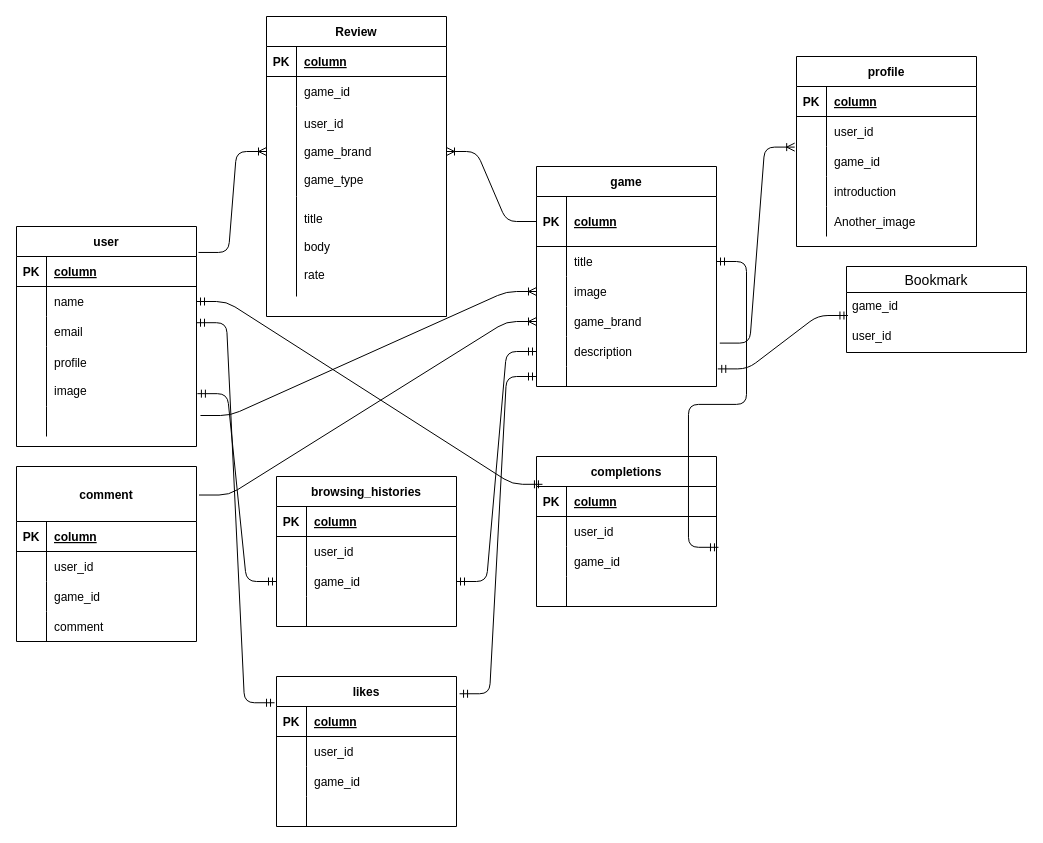
This is websiteapp.dio from Nozomu-Ishikawa/websiteapp, a draw.io file, before an edit. Source tidied: cells renumbered, new cells numbered last; positions are measured from the earlier drawing's top-left corner, leaving out a move shared by most shapes. Both pictures are drawn from the tidied source at 100%, with x=0, y=0 at pixel (16, 16).
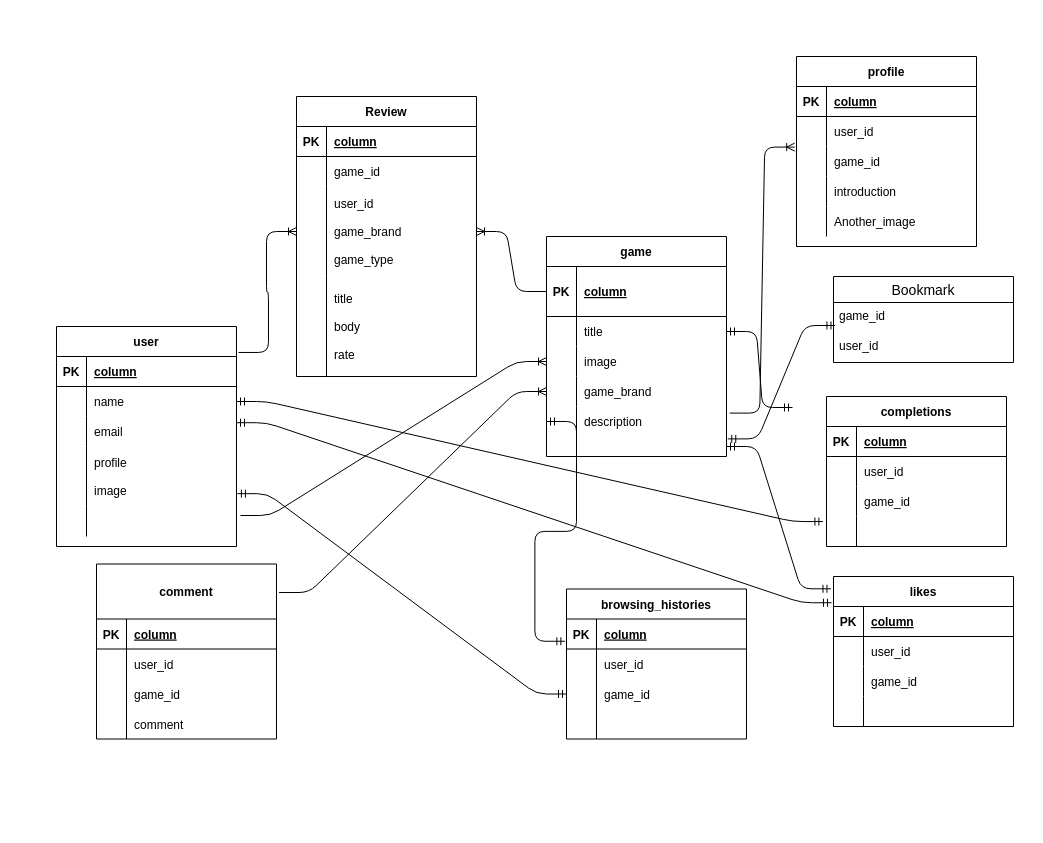
Above is the later version.

Unchanged cells that the change refers to:
```xml
<mxCell id="6" style="shape=partialRectangle;fillColor=none;top=0;left=0;bottom=0;right=0;points=[[0,0.5],[1,0.5]];portConstraint=eastwest;" parent="2" vertex="1">
  <mxGeometry y="60" width="180" height="30" as="geometry" />
</mxCell>
<mxCell id="22" style="shape=partialRectangle;fillColor=none;top=0;left=0;bottom=0;right=0;points=[[0,0.5],[1,0.5]];portConstraint=eastwest;" parent="18" vertex="1">
  <mxGeometry y="80" width="180" height="30" as="geometry" />
</mxCell>
<mxCell id="31" style="shape=partialRectangle;fillColor=none;top=0;left=0;bottom=0;right=0;points=[[0,0.5],[1,0.5]];portConstraint=eastwest;" parent="18" vertex="1">
  <mxGeometry y="170" width="180" height="30" as="geometry" />
</mxCell>
<mxCell id="34" style="shape=partialRectangle;fillColor=none;top=0;left=0;bottom=0;right=0;points=[[0,0.5],[1,0.5]];portConstraint=eastwest;" parent="18" vertex="1">
  <mxGeometry y="200" width="180" height="20" as="geometry" />
</mxCell>
<mxCell id="84" style="shape=partialRectangle;fillColor=none;top=0;left=0;bottom=1;right=0;points=[[0,0.5],[1,0.5]];portConstraint=eastwest;" parent="83" vertex="1">
  <mxGeometry y="30" width="180" height="30" as="geometry" />
</mxCell>
<mxCell id="90" style="shape=partialRectangle;fillColor=none;top=0;left=0;bottom=0;right=0;points=[[0,0.5],[1,0.5]];portConstraint=eastwest;" parent="83" vertex="1">
  <mxGeometry y="90" width="180" height="30" as="geometry" />
</mxCell>
<mxCell id="119" style="shape=partialRectangle;fillColor=none;top=0;left=0;bottom=1;right=0;points=[[0,0.5],[1,0.5]];portConstraint=eastwest;" parent="118" vertex="1">
  <mxGeometry y="30" width="180" height="30" as="geometry" />
</mxCell>
<mxCell id="125" style="shape=partialRectangle;fillColor=none;top=0;left=0;bottom=0;right=0;points=[[0,0.5],[1,0.5]];portConstraint=eastwest;" parent="118" vertex="1">
  <mxGeometry y="90" width="180" height="30" as="geometry" />
</mxCell>
<mxCell id="128" style="shape=partialRectangle;fillColor=none;top=0;left=0;bottom=0;right=0;points=[[0,0.5],[1,0.5]];portConstraint=eastwest;" parent="118" vertex="1">
  <mxGeometry y="120" width="180" height="30" as="geometry" />
</mxCell>
```

Change to the diagram source:
```diff
@@
     <mxCell id="2" value="user" style="shape=table;startSize=30;childLayout=tableLayout;rowLines=0;fontStyle=1;align=center;" parent="1" vertex="1">
-      <mxGeometry y="210" width="180" height="220" as="geometry" />
+      <mxGeometry x="40" y="310" width="180" height="220" as="geometry" />
     </mxCell>
@@
     <mxCell id="18" value="game" style="shape=table;startSize=30;childLayout=tableLayout;rowLines=0;fontStyle=1;align=center;" parent="1" vertex="1">
-      <mxGeometry x="520" y="150" width="180" height="220" as="geometry" />
+      <mxGeometry x="530" y="220" width="180" height="220" as="geometry" />
     </mxCell>
@@
     <mxCell id="37" value="comment" style="shape=table;startSize=55;childLayout=tableLayout;rowLines=0;fontStyle=1;align=center;" parent="1" vertex="1">
-      <mxGeometry y="450" width="180" height="175" as="geometry" />
+      <mxGeometry x="80" y="547.5" width="180" height="175" as="geometry" />
     </mxCell>
@@
     <mxCell id="69" value="Review" style="shape=table;startSize=30;childLayout=tableLayout;rowLines=0;fontStyle=1;align=center;" parent="1" vertex="1">
-      <mxGeometry x="250" width="180" height="300" as="geometry" />
+      <mxGeometry x="280" y="80" width="180" height="280" as="geometry" />
     </mxCell>
@@
     <mxCell id="83" value="browsing_histories" style="shape=table;startSize=30;childLayout=tableLayout;rowLines=0;fontStyle=1;align=center;" parent="1" vertex="1">
-      <mxGeometry x="260" y="460" width="180" height="150" as="geometry" />
+      <mxGeometry x="550" y="572.5" width="180" height="150" as="geometry" />
     </mxCell>
@@
     <mxCell id="97" value="Bookmark" style="swimlane;fontStyle=0;horizontal=1;startSize=26;align=center;fontSize=14;" parent="1" vertex="1">
-      <mxGeometry x="830" y="250" width="180" height="86" as="geometry" />
+      <mxGeometry x="817" y="260" width="180" height="86" as="geometry" />
     </mxCell>
@@
     <mxCell id="101" value="likes" style="shape=table;startSize=30;childLayout=tableLayout;rowLines=0;fontStyle=1;align=center;" parent="1" vertex="1">
-      <mxGeometry x="260" y="660" width="180" height="150" as="geometry" />
+      <mxGeometry x="817" y="560" width="180" height="150" as="geometry" />
     </mxCell>
@@
-    <mxCell id="115" style="edgeStyle=entityRelationEdgeStyle;fontSize=12;html=1;endArrow=ERmandOne;startArrow=ERmandOne;exitX=1;exitY=0.5;exitDx=0;exitDy=0;entryX=0;entryY=0.5;entryDx=0;entryDy=0;" parent="1" edge="1" source="90" target="31">
+    <mxCell id="115" style="edgeStyle=entityRelationEdgeStyle;fontSize=12;html=1;endArrow=ERmandOne;startArrow=ERmandOne;exitX=-0.009;exitY=0.742;exitDx=0;exitDy=0;entryX=0;entryY=0.5;entryDx=0;entryDy=0;exitPerimeter=0;" parent="1" edge="1" source="84" target="31">
       <mxGeometry relative="1" as="geometry" />
     </mxCell>
-    <mxCell id="116" style="edgeStyle=entityRelationEdgeStyle;fontSize=12;html=1;endArrow=ERmandOne;startArrow=ERmandOne;exitX=1.017;exitY=0.115;exitDx=0;exitDy=0;exitPerimeter=0;" parent="1" edge="1" source="101" target="34">
+    <mxCell id="116" style="edgeStyle=entityRelationEdgeStyle;fontSize=12;html=1;endArrow=ERmandOne;startArrow=ERmandOne;exitX=-0.014;exitY=0.082;exitDx=0;exitDy=0;exitPerimeter=0;" parent="1" edge="1" source="101" target="34">
       <mxGeometry relative="1" as="geometry" />
     </mxCell>
@@
     <mxCell id="118" value="completions" style="shape=table;startSize=30;childLayout=tableLayout;rowLines=0;fontStyle=1;align=center;" parent="1" vertex="1">
-      <mxGeometry x="520" y="440" width="180" height="150" as="geometry" />
+      <mxGeometry x="810" y="380" width="180" height="150" as="geometry" />
     </mxCell>
@@
-    <mxCell id="131" style="edgeStyle=entityRelationEdgeStyle;fontSize=12;html=1;endArrow=ERmandOne;startArrow=ERmandOne;exitX=1;exitY=0.5;exitDx=0;exitDy=0;entryX=0.033;entryY=-0.073;entryDx=0;entryDy=0;entryPerimeter=0;" parent="1" edge="1" source="6" target="119">
+    <mxCell id="131" style="edgeStyle=entityRelationEdgeStyle;fontSize=12;html=1;endArrow=ERmandOne;startArrow=ERmandOne;exitX=1;exitY=0.5;exitDx=0;exitDy=0;entryX=-0.02;entryY=0.169;entryDx=0;entryDy=0;entryPerimeter=0;" parent="1" edge="1" source="6" target="128">
       <mxGeometry relative="1" as="geometry" />
     </mxCell>
-    <mxCell id="132" style="edgeStyle=entityRelationEdgeStyle;fontSize=12;html=1;endArrow=ERmandOne;startArrow=ERmandOne;entryX=1.011;entryY=0.027;entryDx=0;entryDy=0;entryPerimeter=0;exitX=1;exitY=0.5;exitDx=0;exitDy=0;" parent="1" edge="1" source="22" target="125">
-      <mxGeometry relative="1" as="geometry" />
+    <mxCell id="132" style="edgeStyle=entityRelationEdgeStyle;fontSize=12;html=1;endArrow=ERmandOne;startArrow=ERmandOne;exitX=1;exitY=0.5;exitDx=0;exitDy=0;" parent="1" edge="1" source="22">
+      <mxGeometry relative="1" as="geometry">
+        <mxPoint x="776" y="391" as="targetPoint" />
+      </mxGeometry>
     </mxCell>
```
